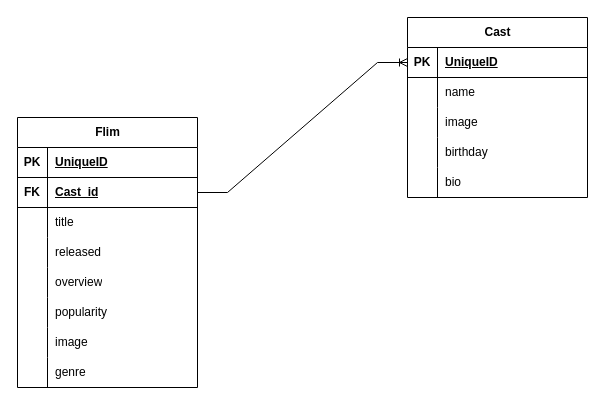
This is Desgin/Database_design.drawio from trungviet17/Movie_Recommendation_System, a draw.io file, before an edit. Source tidied: cells renumbered, new cells numbered last; positions are measured from the earlier drawing's top-left corner, leaving out a move shared by most shapes. Both pictures are drawn from the tidied source at 100%, with x=0, y=0 at pixel (17, 17).
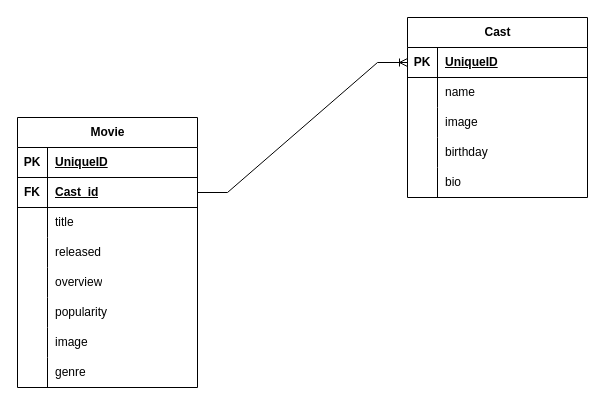
After the change.

The edit, as a diff of the source:
```diff
@@
-    <mxCell id="2" value="Flim" style="shape=table;startSize=30;childLayout=tableLayout;rowLines=0;fontStyle=1;align=center;html=1;" parent="1" vertex="1">
+    <mxCell id="2" value="Movie" style="shape=table;startSize=30;childLayout=tableLayout;rowLines=0;fontStyle=1;align=center;html=1;" parent="1" vertex="1">
       <mxGeometry y="100" width="180" height="270" as="geometry" />
     </mxCell>
```
